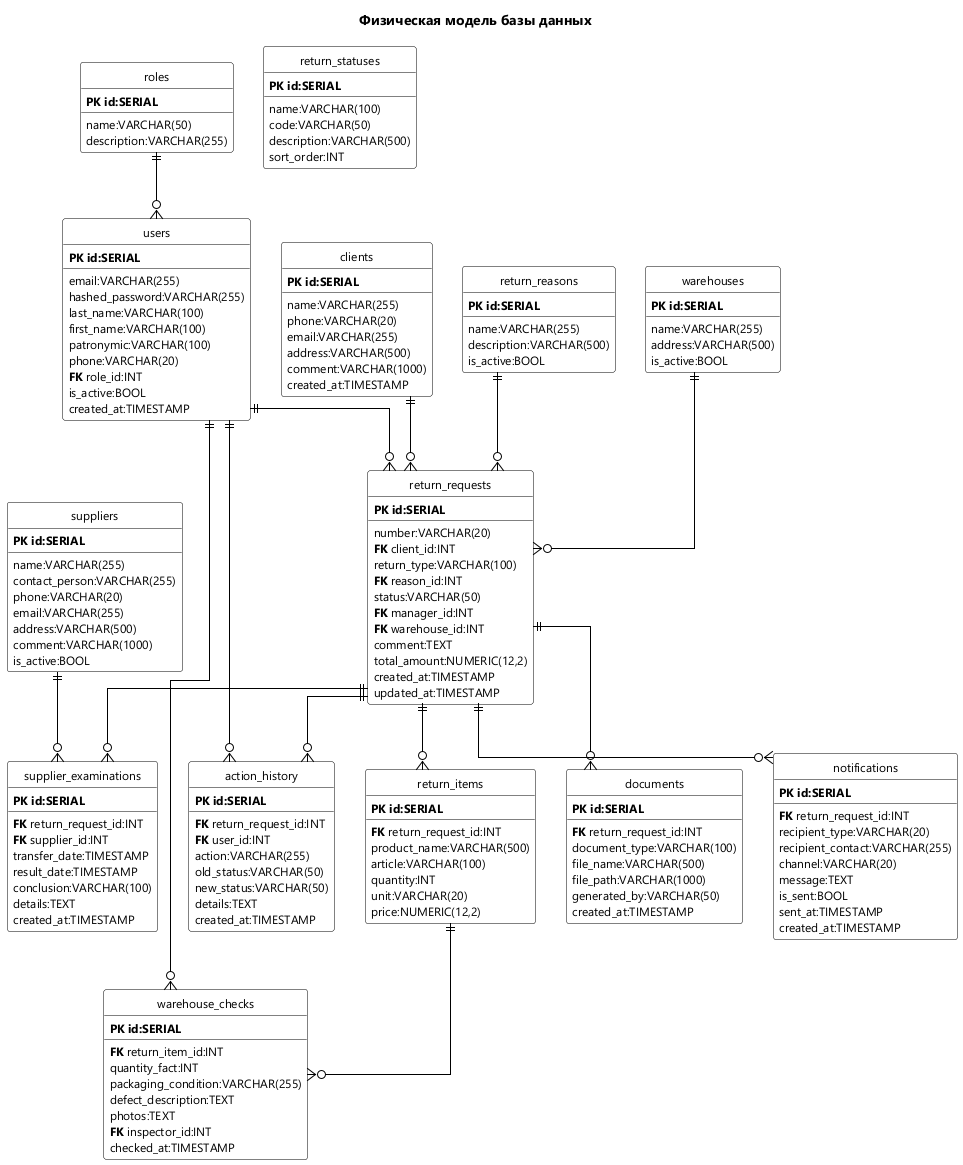
This is diagrams/er_database.png from IlyaEranov/testingreg, a PlantUML export, as it was before one commit.
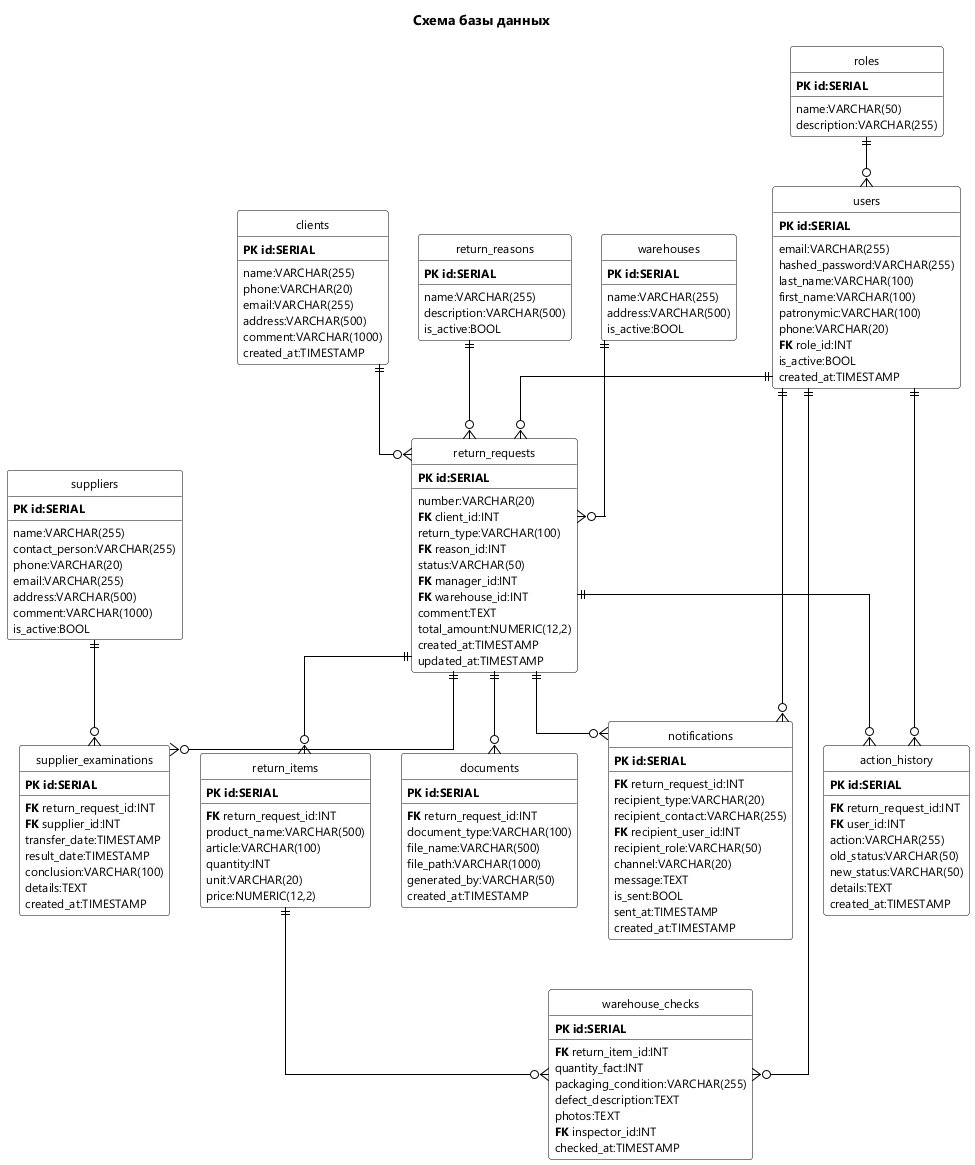
After the commit.

Change to the diagram source:
```diff
@@ -14,7 +14,7 @@
 hide methods
 skinparam classAttributeFontColor #000000
 
-title Физическая модель базы данных
+title Схема базы данных
 
 
 entity "roles" as roles {
@@ -55,15 +55,6 @@
   name:VARCHAR(255)
   description:VARCHAR(500)
   is_active:BOOL
-}
-
-entity "return_statuses" as statuses {
-  **PK** **id:SERIAL**
-  __
-  name:VARCHAR(100)
-  code:VARCHAR(50)
-  description:VARCHAR(500)
-  sort_order:INT
 }
 
 entity "suppliers" as suppliers {
@@ -167,6 +158,8 @@
   **FK** return_request_id:INT
   recipient_type:VARCHAR(20)
   recipient_contact:VARCHAR(255)
+  **FK** recipient_user_id:INT
+  recipient_role:VARCHAR(50)
   channel:VARCHAR(20)
   message:TEXT
   is_sent:BOOL
@@ -191,5 +184,6 @@
 users ||--o{ history
 items ||--o{ checks
 users ||--o{ checks
+users ||--o{ notifications
 
 @enduml
```
